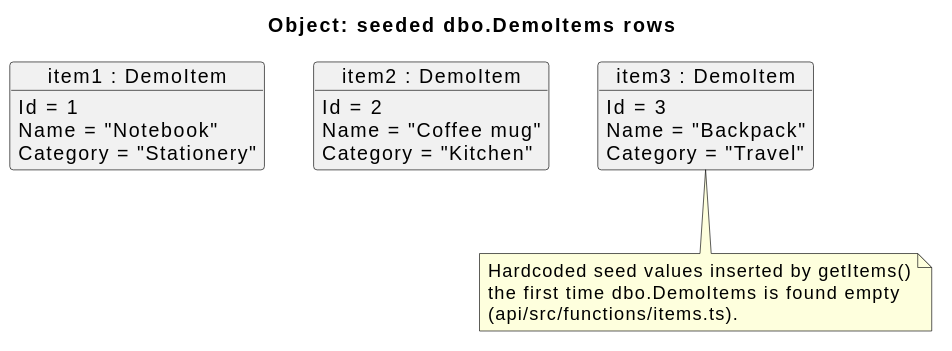
Earlier version of the PlantUML export uml/structure/2-object.svg (wolffy-au/frictionless-sample-azure).
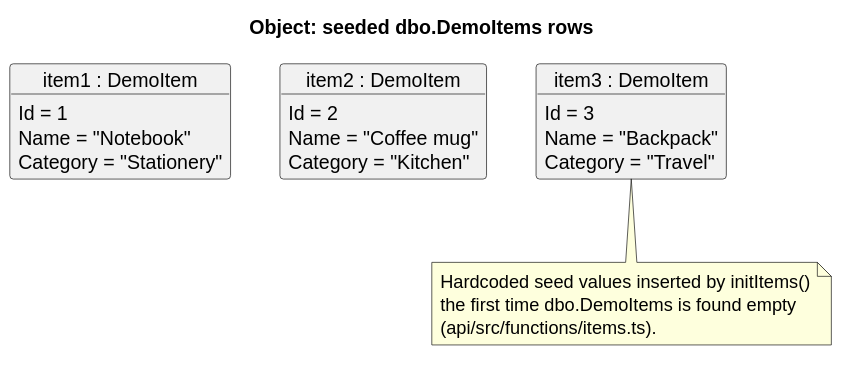
The same file after the commit.

What changed in the source:
```diff
@@ -18,7 +18,7 @@
 }
 
 note bottom
-  Hardcoded seed values inserted by getItems()
+  Hardcoded seed values inserted by initItems()
   the first time dbo.DemoItems is found empty
   (api/src/functions/items.ts).
 end note
```
